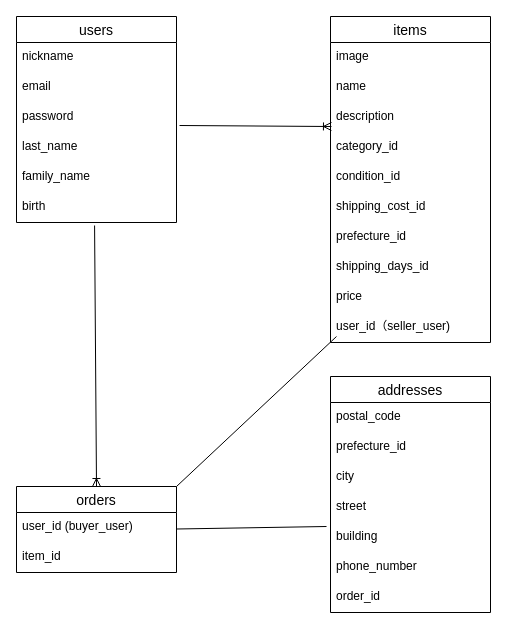
Before: test.dio in fuokuyama16/furima-41014, a draw.io diagram. Source tidied: cells renumbered, new cells numbered last; positions are measured from the earlier drawing's top-left corner, leaving out a move shared by most shapes. Both pictures are drawn from the tidied source at 100%, with x=0, y=0 at pixel (16, 16).
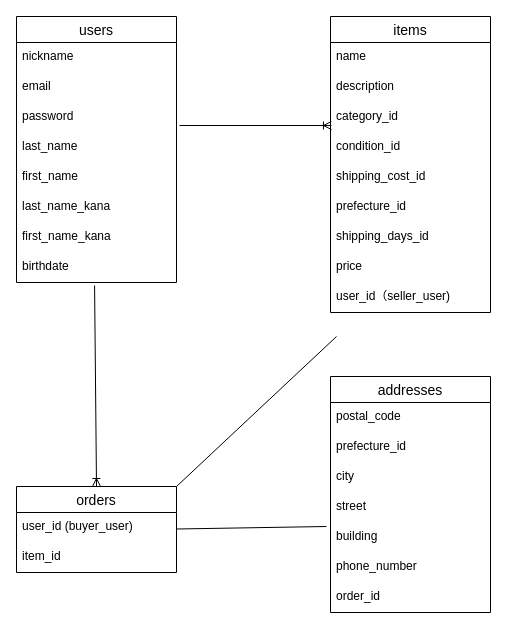
The same page after the edit.

The change refers to these unchanged cells:
```xml
<mxCell id="5" value="password" style="text;strokeColor=none;fillColor=none;spacingLeft=4;spacingRight=4;overflow=hidden;points=[[0,0.5],[1,0.5]];portConstraint=eastwest;fontSize=12;" parent="2" vertex="1">
  <mxGeometry y="86" width="160" height="30" as="geometry" />
</mxCell>
```

Change to the diagram source:
```diff
@@
     <mxCell id="2" value="users" style="swimlane;fontStyle=0;horizontal=1;startSize=26;align=center;fontSize=14;" parent="1" vertex="1">
-      <mxGeometry width="160" height="206" as="geometry" />
+      <mxGeometry width="160" height="266" as="geometry" />
     </mxCell>
@@
-    <mxCell id="7" value="family_name" style="text;strokeColor=none;fillColor=none;spacingLeft=4;spacingRight=4;overflow=hidden;fontSize=12;" parent="2" vertex="1">
+    <mxCell id="7" value="first_name" style="text;strokeColor=none;fillColor=none;spacingLeft=4;spacingRight=4;overflow=hidden;fontSize=12;" parent="2" vertex="1">
       <mxGeometry y="146" width="160" height="30" as="geometry" />
     </mxCell>
+    <mxCell id="35" value="last_name_kana" style="text;strokeColor=none;fillColor=none;spacingLeft=4;spacingRight=4;overflow=hidden;fontSize=12;" parent="2" vertex="1">
+      <mxGeometry y="176" width="160" height="30" as="geometry" />
+    </mxCell>
+    <mxCell id="36" value="first_name_kana" style="text;strokeColor=none;fillColor=none;spacingLeft=4;spacingRight=4;overflow=hidden;fontSize=12;" parent="2" vertex="1">
+      <mxGeometry y="206" width="160" height="30" as="geometry" />
+    </mxCell>
-    <mxCell id="8" value="birth" style="text;strokeColor=none;fillColor=none;spacingLeft=4;spacingRight=4;overflow=hidden;points=[[0,0.5],[1,0.5]];portConstraint=eastwest;fontSize=12;" parent="2" vertex="1">
-      <mxGeometry y="176" width="160" height="30" as="geometry" />
+    <mxCell id="8" value="birthdate" style="text;strokeColor=none;fillColor=none;spacingLeft=4;spacingRight=4;overflow=hidden;points=[[0,0.5],[1,0.5]];portConstraint=eastwest;fontSize=12;" parent="2" vertex="1">
+      <mxGeometry y="236" width="160" height="30" as="geometry" />
     </mxCell>
     <mxCell id="9" value="items" style="swimlane;fontStyle=0;horizontal=1;startSize=26;align=center;fontSize=14;" parent="1" vertex="1">
-      <mxGeometry x="314" width="160" height="326" as="geometry" />
+      <mxGeometry x="314" width="160" height="296" as="geometry" />
     </mxCell>
-    <mxCell id="10" value="image" style="text;strokeColor=none;fillColor=none;spacingLeft=4;spacingRight=4;overflow=hidden;fontSize=12;" parent="9" vertex="1">
-      <mxGeometry y="26" width="160" height="30" as="geometry" />
-    </mxCell>
     <mxCell id="11" value="name" style="text;strokeColor=none;fillColor=none;spacingLeft=4;spacingRight=4;overflow=hidden;fontSize=12;" parent="9" vertex="1">
-      <mxGeometry y="56" width="160" height="30" as="geometry" />
+      <mxGeometry y="26" width="160" height="30" as="geometry" />
     </mxCell>
     <mxCell id="12" value="description" style="text;strokeColor=none;fillColor=none;spacingLeft=4;spacingRight=4;overflow=hidden;points=[[0,0.5],[1,0.5]];portConstraint=eastwest;fontSize=12;" parent="9" vertex="1">
-      <mxGeometry y="86" width="160" height="30" as="geometry" />
+      <mxGeometry y="56" width="160" height="30" as="geometry" />
     </mxCell>
     <mxCell id="13" value="category_id" style="text;strokeColor=none;fillColor=none;spacingLeft=4;spacingRight=4;overflow=hidden;points=[[0,0.5],[1,0.5]];portConstraint=eastwest;fontSize=12;" parent="9" vertex="1">
-      <mxGeometry y="116" width="160" height="30" as="geometry" />
+      <mxGeometry y="86" width="160" height="30" as="geometry" />
     </mxCell>
     <mxCell id="14" value="condition_id" style="text;strokeColor=none;fillColor=none;spacingLeft=4;spacingRight=4;overflow=hidden;fontSize=12;" parent="9" vertex="1">
-      <mxGeometry y="146" width="160" height="30" as="geometry" />
+      <mxGeometry y="116" width="160" height="30" as="geometry" />
     </mxCell>
     <mxCell id="15" value="shipping_cost_id" style="text;strokeColor=none;fillColor=none;spacingLeft=4;spacingRight=4;overflow=hidden;fontSize=12;" parent="9" vertex="1">
-      <mxGeometry y="176" width="160" height="30" as="geometry" />
+      <mxGeometry y="146" width="160" height="30" as="geometry" />
     </mxCell>
     <mxCell id="16" value="prefecture_id" style="text;strokeColor=none;fillColor=none;spacingLeft=4;spacingRight=4;overflow=hidden;fontSize=12;" parent="9" vertex="1">
-      <mxGeometry y="206" width="160" height="30" as="geometry" />
+      <mxGeometry y="176" width="160" height="30" as="geometry" />
     </mxCell>
     <mxCell id="17" value="shipping_days_id" style="text;strokeColor=none;fillColor=none;spacingLeft=4;spacingRight=4;overflow=hidden;fontSize=12;" parent="9" vertex="1">
-      <mxGeometry y="236" width="160" height="30" as="geometry" />
+      <mxGeometry y="206" width="160" height="30" as="geometry" />
     </mxCell>
     <mxCell id="18" value="price" style="text;strokeColor=none;fillColor=none;spacingLeft=4;spacingRight=4;overflow=hidden;fontSize=12;" parent="9" vertex="1">
-      <mxGeometry y="266" width="160" height="30" as="geometry" />
+      <mxGeometry y="236" width="160" height="30" as="geometry" />
     </mxCell>
     <mxCell id="19" value="user_id（seller_user)" style="text;strokeColor=none;fillColor=none;spacingLeft=4;spacingRight=4;overflow=hidden;fontSize=12;" parent="9" vertex="1">
-      <mxGeometry y="296" width="160" height="30" as="geometry" />
+      <mxGeometry y="266" width="160" height="30" as="geometry" />
     </mxCell>
@@
-    <mxCell id="34" style="edgeStyle=none;html=1;exitX=0.006;exitY=0.8;exitDx=0;exitDy=0;startArrow=ERoneToMany;startFill=0;endArrow=none;endFill=0;exitPerimeter=0;entryX=1.019;entryY=0.767;entryDx=0;entryDy=0;entryPerimeter=0;" parent="1" edge="1" source="12" target="5">
+    <mxCell id="34" style="edgeStyle=none;html=1;exitX=0.006;exitY=0.767;exitDx=0;exitDy=0;startArrow=ERoneToMany;startFill=0;endArrow=none;endFill=0;exitPerimeter=0;entryX=1.019;entryY=0.767;entryDx=0;entryDy=0;entryPerimeter=0;" parent="1" edge="1" source="13" target="5">
       <mxGeometry relative="1" as="geometry" />
     </mxCell>
```
